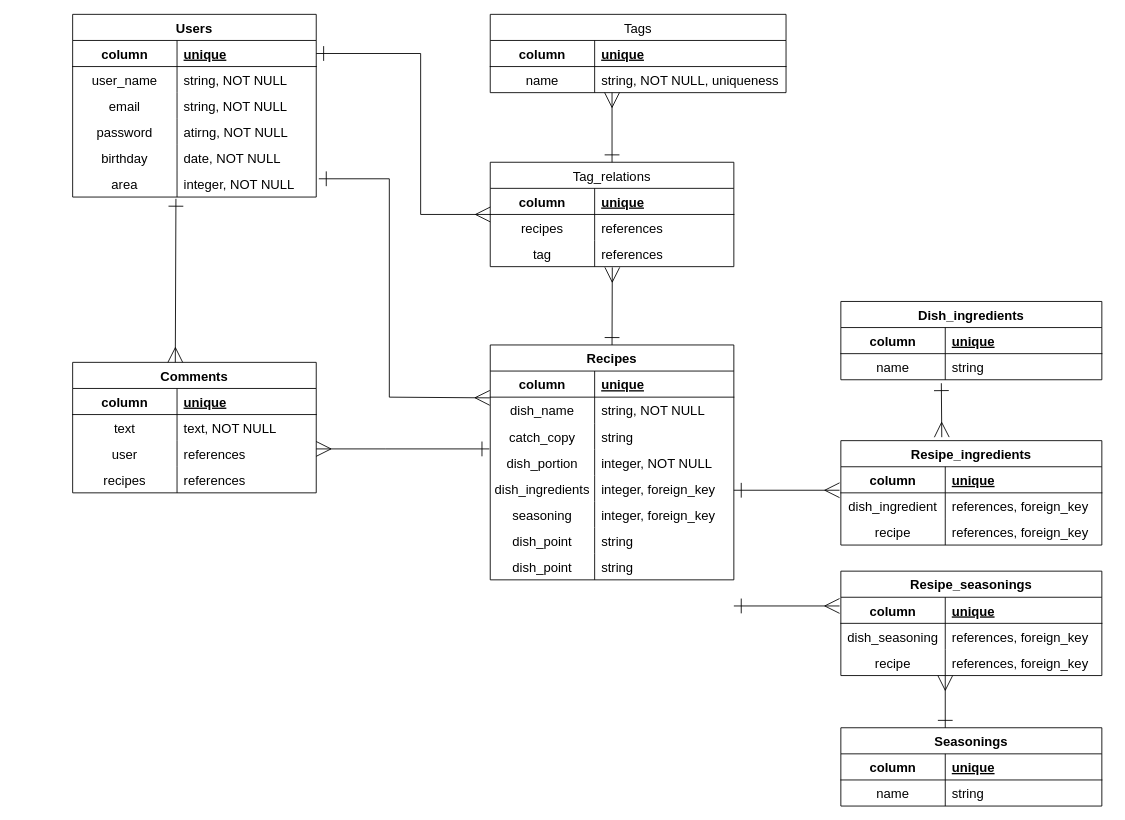
shige1128/RAcook keeps this draw.io diagram as ER.dio. Above is the earlier version. Source tidied: cells renumbered, new cells numbered last; positions are measured from the earlier drawing's top-left corner, leaving out a move shared by most shapes. Both pictures are drawn from the tidied source at 87%, with x=0, y=0 at pixel (72, 14).
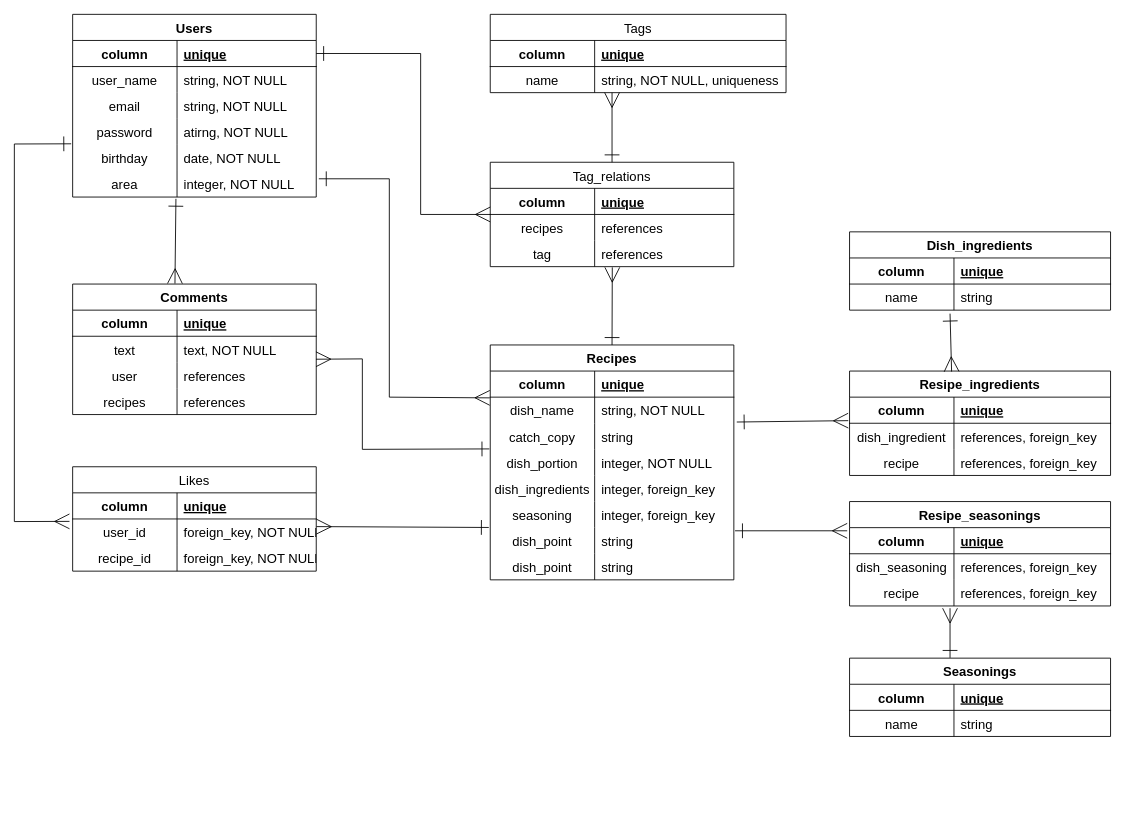
After the change.

Unchanged cells that the change refers to:
```xml
<mxCell id="15" style="shape=partialRectangle;fillColor=none;top=0;left=0;bottom=0;right=0;points=[[0,0.5],[1,0.5]];portConstraint=eastwest;" parent="2" vertex="1">
  <mxGeometry y="150" width="280" height="30" as="geometry" />
</mxCell>
<mxCell id="18" style="shape=partialRectangle;fillColor=none;top=0;left=0;bottom=0;right=0;points=[[0,0.5],[1,0.5]];portConstraint=eastwest;" parent="2" vertex="1">
  <mxGeometry y="180" width="280" height="30" as="geometry" />
</mxCell>
<mxCell id="25" style="shape=partialRectangle;fillColor=none;top=0;left=0;bottom=0;right=0;points=[[0,0.5],[1,0.5]];portConstraint=eastwest;" parent="21" vertex="1">
  <mxGeometry y="60" width="280" height="30" as="geometry" />
</mxCell>
<mxCell id="40" style="shape=partialRectangle;fillColor=none;top=0;left=0;bottom=0;right=0;points=[[0,0.5],[1,0.5]];portConstraint=eastwest;" parent="21" vertex="1">
  <mxGeometry y="210" width="280" height="30" as="geometry" />
</mxCell>
<mxCell id="53" style="shape=partialRectangle;fillColor=none;top=0;left=0;bottom=0;right=0;points=[[0,0.5],[1,0.5]];portConstraint=eastwest;" parent="46" vertex="1">
  <mxGeometry y="90" width="280" height="30" as="geometry" />
</mxCell>
<mxCell id="87" style="shape=partialRectangle;fillColor=none;top=0;left=0;bottom=0;right=0;points=[[0,0.5],[1,0.5]];portConstraint=eastwest;" parent="83" vertex="1">
  <mxGeometry y="60" width="300" height="30" as="geometry" />
</mxCell>
<mxCell id="98" style="shape=partialRectangle;fillColor=none;top=0;left=0;bottom=1;right=0;points=[[0,0.5],[1,0.5]];portConstraint=eastwest;" parent="97" vertex="1">
  <mxGeometry y="30" width="300" height="30" as="geometry" />
</mxCell>
<mxCell id="108" style="shape=partialRectangle;fillColor=none;top=0;left=0;bottom=1;right=0;points=[[0,0.5],[1,0.5]];portConstraint=eastwest;" parent="107" vertex="1">
  <mxGeometry y="30" width="300" height="30" as="geometry" />
</mxCell>
<mxCell id="114" style="shape=partialRectangle;fillColor=none;top=0;left=0;bottom=0;right=0;points=[[0,0.5],[1,0.5]];portConstraint=eastwest;" parent="107" vertex="1">
  <mxGeometry y="90" width="300" height="30" as="geometry" />
</mxCell>
```

What changed in the source:
```diff
@@
     <mxCell id="46" value="Comments" style="shape=table;startSize=30;childLayout=tableLayout;rowLines=0;fontStyle=1;align=center;fontSize=15;" parent="1" vertex="1">
-      <mxGeometry y="400" width="280" height="150" as="geometry" />
+      <mxGeometry y="310" width="280" height="150" as="geometry" />
     </mxCell>
@@
-    <mxCell id="78" style="edgeStyle=none;rounded=0;jettySize=auto;html=1;fontSize=15;endSize=15;startSize=15;startArrow=ERone;startFill=0;endArrow=ERmany;endFill=0;exitX=0.424;exitY=1.067;exitDx=0;exitDy=0;exitPerimeter=0;" parent="1" edge="1" source="18">
-      <mxGeometry relative="1" as="geometry">
-        <mxPoint x="118" y="400" as="targetPoint" />
-      </mxGeometry>
+    <mxCell id="78" style="edgeStyle=none;rounded=0;jettySize=auto;html=1;fontSize=15;endSize=15;startSize=15;startArrow=ERone;startFill=0;endArrow=ERmany;endFill=0;exitX=0.424;exitY=1.067;exitDx=0;exitDy=0;exitPerimeter=0;entryX=0.42;entryY=-0.004;entryDx=0;entryDy=0;entryPerimeter=0;" parent="1" edge="1" source="18" target="46">
+      <mxGeometry relative="1" as="geometry" />
     </mxCell>
@@
-    <mxCell id="82" style="edgeStyle=none;rounded=0;orthogonalLoop=1;jettySize=auto;html=1;fontSize=15;endSize=15;startSize=15;startArrow=ERone;startFill=0;endArrow=ERmany;endFill=0;" parent="1" edge="1">
+    <mxCell id="82" style="edgeStyle=none;rounded=0;jettySize=auto;html=1;fontSize=15;endSize=15;startSize=15;startArrow=ERone;startFill=0;endArrow=ERmany;endFill=0;entryX=0.999;entryY=-0.12;entryDx=0;entryDy=0;entryPerimeter=0;" parent="1" edge="1" target="53">
       <mxGeometry relative="1" as="geometry">
         <mxPoint x="479" y="499.5" as="sourcePoint" />
-        <mxPoint x="280" y="499.5" as="targetPoint" />
         <Array as="points">
-          <mxPoint x="360" y="499.5" />
+          <mxPoint x="333" y="500" />
+          <mxPoint x="333" y="396" />
         </Array>
       </mxGeometry>
     </mxCell>
     <mxCell id="83" value="Dish_ingredients" style="shape=table;startSize=30;childLayout=tableLayout;rowLines=0;fontStyle=1;align=center;fontSize=15;" parent="1" vertex="1">
-      <mxGeometry x="883" y="330" width="300" height="90" as="geometry" />
+      <mxGeometry x="893" y="250" width="300" height="90" as="geometry" />
     </mxCell>
@@
     <mxCell id="90" value="Seasonings" style="shape=table;startSize=30;childLayout=tableLayout;rowLines=0;fontStyle=1;align=center;fontSize=15;" parent="1" vertex="1">
-      <mxGeometry x="883" y="820" width="300" height="90" as="geometry" />
+      <mxGeometry x="893" y="740" width="300" height="90" as="geometry" />
     </mxCell>
@@
     <mxCell id="97" value="Resipe_ingredients" style="shape=table;startSize=30;childLayout=tableLayout;rowLines=0;fontStyle=1;align=center;fontSize=15;" parent="1" vertex="1">
-      <mxGeometry x="883" y="490" width="300" height="120" as="geometry" />
+      <mxGeometry x="893" y="410" width="300" height="120" as="geometry" />
     </mxCell>
@@
     <mxCell id="107" value="Resipe_seasonings" style="shape=table;startSize=30;childLayout=tableLayout;rowLines=0;fontStyle=1;align=center;fontSize=15;" parent="1" vertex="1">
-      <mxGeometry x="883" y="640" width="300" height="120" as="geometry" />
+      <mxGeometry x="893" y="560" width="300" height="120" as="geometry" />
     </mxCell>
@@
-    <mxCell id="117" style="edgeStyle=none;rounded=0;jettySize=auto;html=1;fontSize=15;endSize=15;startSize=15;startArrow=ERone;startFill=0;endArrow=ERmany;endFill=0;entryX=-0.005;entryY=0.9;entryDx=0;entryDy=0;entryPerimeter=0;" parent="1" edge="1" target="98">
-      <mxGeometry relative="1" as="geometry">
-        <mxPoint x="760" y="547" as="sourcePoint" />
-      </mxGeometry>
+    <mxCell id="117" style="edgeStyle=none;rounded=0;jettySize=auto;html=1;fontSize=15;endSize=15;startSize=15;startArrow=ERone;startFill=0;endArrow=ERmany;endFill=0;entryX=-0.005;entryY=0.9;entryDx=0;entryDy=0;entryPerimeter=0;exitX=1.012;exitY=0.953;exitDx=0;exitDy=0;exitPerimeter=0;" parent="1" edge="1" source="25" target="98">
+      <mxGeometry relative="1" as="geometry" />
     </mxCell>
-    <mxCell id="118" style="edgeStyle=none;rounded=0;jettySize=auto;html=1;fontSize=15;endSize=15;startSize=15;startArrow=ERone;startFill=0;endArrow=ERmany;endFill=0;exitX=0.385;exitY=1.133;exitDx=0;exitDy=0;exitPerimeter=0;" parent="1" edge="1" source="87">
-      <mxGeometry relative="1" as="geometry">
-        <mxPoint x="999" y="486" as="targetPoint" />
-      </mxGeometry>
+    <mxCell id="118" style="edgeStyle=none;rounded=0;jettySize=auto;html=1;fontSize=15;endSize=15;startSize=15;startArrow=ERone;startFill=0;endArrow=ERmany;endFill=0;exitX=0.385;exitY=1.133;exitDx=0;exitDy=0;exitPerimeter=0;entryX=0.391;entryY=0.005;entryDx=0;entryDy=0;entryPerimeter=0;" parent="1" edge="1" source="87" target="97">
+      <mxGeometry relative="1" as="geometry" />
     </mxCell>
-    <mxCell id="119" style="edgeStyle=none;rounded=0;orthogonalLoop=1;jettySize=auto;html=1;fontSize=15;endSize=15;startSize=15;startArrow=ERone;startFill=0;endArrow=ERmany;endFill=0;" parent="1" edge="1">
-      <mxGeometry relative="1" as="geometry">
-        <mxPoint x="1003" y="820" as="sourcePoint" />
-        <mxPoint x="1003" y="760" as="targetPoint" />
-      </mxGeometry>
+    <mxCell id="119" style="edgeStyle=none;rounded=0;jettySize=auto;html=1;fontSize=15;endSize=15;startSize=15;startArrow=ERone;startFill=0;endArrow=ERmany;endFill=0;entryX=0.385;entryY=1.087;entryDx=0;entryDy=0;entryPerimeter=0;exitX=0.385;exitY=-0.004;exitDx=0;exitDy=0;exitPerimeter=0;" parent="1" edge="1" source="90" target="114">
+      <mxGeometry relative="1" as="geometry" />
     </mxCell>
-    <mxCell id="120" style="edgeStyle=none;rounded=0;orthogonalLoop=1;jettySize=auto;html=1;fontSize=15;endSize=15;startSize=15;startArrow=ERone;startFill=0;endArrow=ERmany;endFill=0;entryX=-0.005;entryY=0.9;entryDx=0;entryDy=0;entryPerimeter=0;" parent="1" edge="1">
-      <mxGeometry relative="1" as="geometry">
-        <mxPoint x="760" y="680" as="sourcePoint" />
-        <mxPoint x="881.5" y="680" as="targetPoint" />
-      </mxGeometry>
+    <mxCell id="120" style="edgeStyle=none;rounded=0;jettySize=auto;html=1;fontSize=15;endSize=15;startSize=15;startArrow=ERone;startFill=0;endArrow=ERmany;endFill=0;entryX=-0.009;entryY=0.12;entryDx=0;entryDy=0;entryPerimeter=0;exitX=1.005;exitY=0.12;exitDx=0;exitDy=0;exitPerimeter=0;" parent="1" edge="1" source="40" target="108">
+      <mxGeometry relative="1" as="geometry" />
     </mxCell>
+    <mxCell id="121" value="Likes" style="shape=table;startSize=30;childLayout=tableLayout;rowLines=0;fontStyle=0;align=center;fontSize=15;" parent="1" vertex="1">
+      <mxGeometry y="520" width="280" height="120" as="geometry" />
+    </mxCell>
+    <mxCell id="122" style="shape=partialRectangle;fillColor=none;top=0;left=0;bottom=1;right=0;points=[[0,0.5],[1,0.5]];portConstraint=eastwest;" parent="121" vertex="1">
+      <mxGeometry y="30" width="280" height="30" as="geometry" />
+    </mxCell>
+    <mxCell id="123" value="column" style="shape=partialRectangle;fillColor=none;top=0;left=0;bottom=0;right=0;fontStyle=1;overflow=hidden;fontSize=15;" parent="122" vertex="1">
+      <mxGeometry width="120" height="30" as="geometry" />
+    </mxCell>
+    <mxCell id="124" value="unique" style="shape=partialRectangle;fillColor=none;top=0;left=0;bottom=0;right=0;align=left;spacingLeft=6;fontStyle=5;overflow=hidden;fontSize=15;" parent="122" vertex="1">
+      <mxGeometry x="120" width="160" height="30" as="geometry" />
+    </mxCell>
+    <mxCell id="125" style="shape=partialRectangle;fillColor=none;top=0;left=0;bottom=0;right=0;points=[[0,0.5],[1,0.5]];portConstraint=eastwest;" parent="121" vertex="1">
+      <mxGeometry y="60" width="280" height="30" as="geometry" />
+    </mxCell>
+    <mxCell id="126" value="user_id" style="shape=partialRectangle;fillColor=none;top=0;left=0;bottom=0;right=0;overflow=hidden;fontSize=15;labelPosition=center;verticalLabelPosition=middle;align=center;verticalAlign=middle;" parent="125" vertex="1">
+      <mxGeometry width="120" height="30" as="geometry" />
+    </mxCell>
+    <mxCell id="127" value="foreign_key, NOT NULL" style="shape=partialRectangle;fillColor=none;top=0;left=0;bottom=0;right=0;align=left;spacingLeft=6;overflow=hidden;fontSize=15;" parent="125" vertex="1">
+      <mxGeometry x="120" width="160" height="30" as="geometry" />
+    </mxCell>
+    <mxCell id="128" style="shape=partialRectangle;fillColor=none;top=0;left=0;bottom=0;right=0;" parent="121" vertex="1">
+      <mxGeometry y="90" width="280" height="30" as="geometry" />
+    </mxCell>
+    <mxCell id="129" value="recipe_id" style="shape=partialRectangle;fillColor=none;top=0;left=0;bottom=0;right=0;overflow=hidden;fontSize=15;labelPosition=center;verticalLabelPosition=middle;align=center;verticalAlign=middle;" parent="128" vertex="1">
+      <mxGeometry width="120" height="30" as="geometry" />
+    </mxCell>
+    <mxCell id="130" value="foreign_key, NOT NULL" style="shape=partialRectangle;fillColor=none;top=0;left=0;bottom=0;right=0;align=left;spacingLeft=6;overflow=hidden;fontSize=15;" parent="128" vertex="1">
+      <mxGeometry x="120" width="160" height="30" as="geometry" />
+    </mxCell>
+    <mxCell id="131" style="edgeStyle=none;rounded=0;jettySize=auto;html=1;entryX=0;entryY=0.5;entryDx=0;entryDy=0;startArrow=ERone;startFill=0;startSize=15;endArrow=ERmany;endFill=0;endSize=15;fontSize=15;" parent="121" edge="1" source="121" target="122">
+      <mxGeometry relative="1" as="geometry" />
+    </mxCell>
+    <mxCell id="132" style="edgeStyle=none;rounded=0;jettySize=auto;html=1;fontSize=15;endSize=15;startSize=15;startArrow=ERone;startFill=0;endArrow=ERmany;endFill=0;entryX=1.001;entryY=0.293;entryDx=0;entryDy=0;entryPerimeter=0;exitX=-0.006;exitY=-0.007;exitDx=0;exitDy=0;exitPerimeter=0;" parent="1" edge="1" source="40" target="125">
+      <mxGeometry relative="1" as="geometry" />
+    </mxCell>
+    <mxCell id="133" style="edgeStyle=none;rounded=0;jettySize=auto;html=1;fontSize=15;endSize=15;startSize=15;startArrow=ERone;startFill=0;endArrow=ERmany;endFill=0;exitX=-0.006;exitY=-0.04;exitDx=0;exitDy=0;exitPerimeter=0;entryX=-0.013;entryY=0.093;entryDx=0;entryDy=0;entryPerimeter=0;" parent="1" edge="1" source="15" target="125">
+      <mxGeometry relative="1" as="geometry">
+        <Array as="points">
+          <mxPoint x="-67" y="149" />
+          <mxPoint x="-67" y="583" />
+        </Array>
+      </mxGeometry>
+    </mxCell>
```
